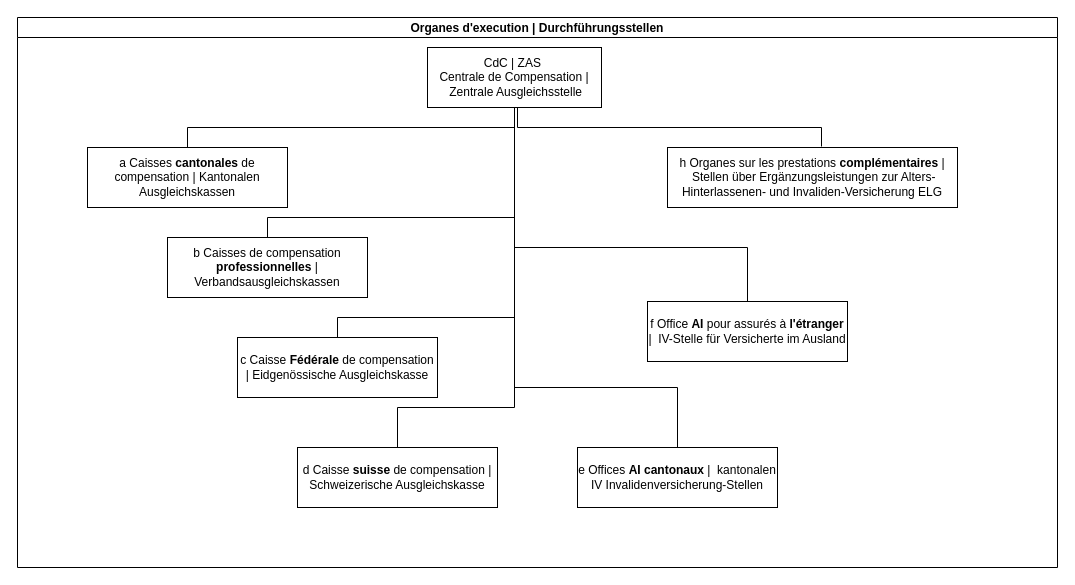
Earlier version of the draw.io diagram page "Execution-Durchfuehrung" (4 of 6) of CdC-context.drawio (Helena-Zuk/github-slideshow). Source tidied: cells renumbered, new cells numbered last; positions are measured from the earlier drawing's top-left corner, leaving out a move shared by most shapes. Both pictures are drawn from the tidied source at 100%, with x=0, y=0 at pixel (17, 17).
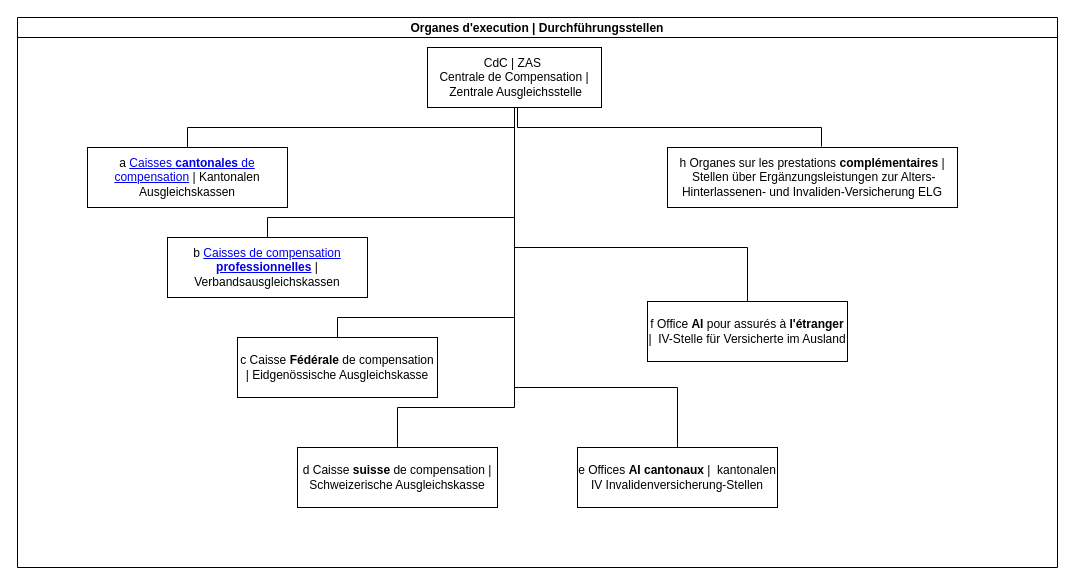
After the change.

Commit message:
Mettre à jour CdC-context.drawio

Unchanged cells that the change refers to:
```xml
<mxCell id="2" value="Organes d'execution | Durchführungsstellen" style="swimlane;startSize=20;horizontal=1;containerType=tree;newEdgeStyle={&quot;edgeStyle&quot;:&quot;elbowEdgeStyle&quot;,&quot;startArrow&quot;:&quot;none&quot;,&quot;endArrow&quot;:&quot;none&quot;};" parent="1" vertex="1">
  <mxGeometry width="1040" height="550" as="geometry" />
</mxCell>
```

What changed in the source:
```diff
@@
-    <mxCell id="12" value="a Caisses &lt;b&gt;cantonales&lt;/b&gt; de compensation | Kantonalen Ausgleichskassen" style="whiteSpace=wrap;html=1;align=center;verticalAlign=middle;newEdgeStyle={&quot;edgeStyle&quot;:&quot;elbowEdgeStyle&quot;,&quot;startArrow&quot;:&quot;none&quot;,&quot;endArrow&quot;:&quot;none&quot;};" parent="2" vertex="1">
+    <mxCell id="12" value="a &lt;a href=&quot;https://www.ahv-iv.ch/fr/Contacts/Caisses-cantonales-de-compensation#vd-vaud-922&quot;&gt;Caisses &lt;b&gt;cantonales&lt;/b&gt; de compensation&lt;/a&gt; | Kantonalen Ausgleichskassen" style="whiteSpace=wrap;html=1;align=center;verticalAlign=middle;newEdgeStyle={&quot;edgeStyle&quot;:&quot;elbowEdgeStyle&quot;,&quot;startArrow&quot;:&quot;none&quot;,&quot;endArrow&quot;:&quot;none&quot;};" parent="2" vertex="1">
       <mxGeometry x="70" y="130" width="200" height="60" as="geometry" />
     </mxCell>
-    <mxCell id="13" value="b Caisses de compensation &lt;b&gt;professionnelles&lt;/b&gt; | Verbandsausgleichskassen" style="whiteSpace=wrap;html=1;align=center;verticalAlign=middle;newEdgeStyle={&quot;edgeStyle&quot;:&quot;elbowEdgeStyle&quot;,&quot;startArrow&quot;:&quot;none&quot;,&quot;endArrow&quot;:&quot;none&quot;};" parent="2" vertex="1">
+    <mxCell id="13" value="b &lt;a href=&quot;https://www.ahv-iv.ch/fr/Contacts/Caisses-de-compensation-professionnelles&quot;&gt;Caisses de compensation &lt;b&gt;professionnelles&lt;/b&gt;&lt;/a&gt; | Verbandsausgleichskassen" style="whiteSpace=wrap;html=1;align=center;verticalAlign=middle;newEdgeStyle={&quot;edgeStyle&quot;:&quot;elbowEdgeStyle&quot;,&quot;startArrow&quot;:&quot;none&quot;,&quot;endArrow&quot;:&quot;none&quot;};" parent="2" vertex="1">
       <mxGeometry x="150" y="220" width="200" height="60" as="geometry" />
     </mxCell>
```
